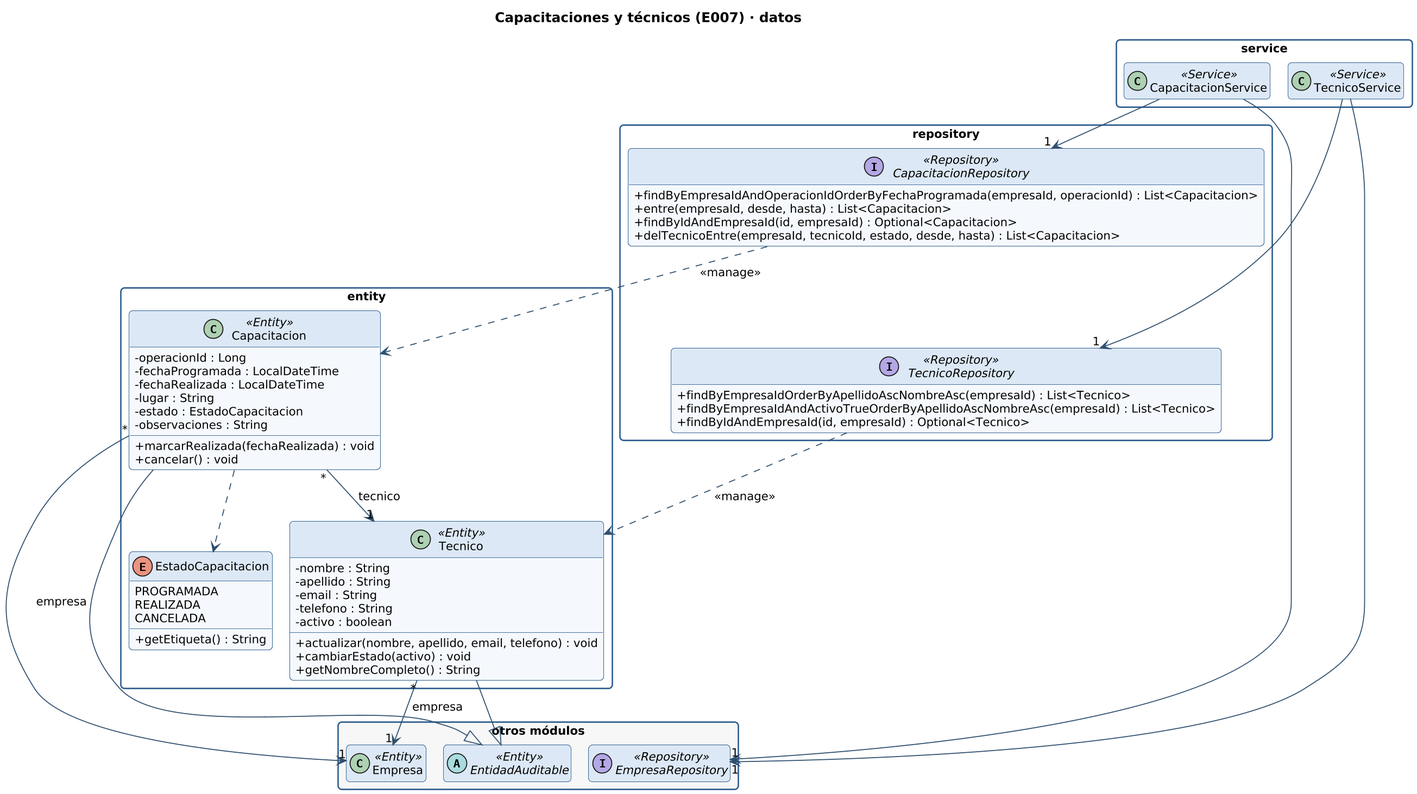
Earlier version of the PlantUML export docs/diagramas/clases-capacitaciones-datos.png (gonzaloarenasduoc/Mira). The source it was exported from:
```plantuml
@startuml clases-capacitaciones-datos
!include _estilo.iuml
hide empty members
skinparam classAttributeIconSize 0
skinparam packageStyle rectangle
skinparam nodesep 25
skinparam ranksep 45
title Capacitaciones y técnicos (E007) · datos

package "service" {
  class CapacitacionService <<Service>> {
  }
  class TecnicoService <<Service>> {
  }
}
package "repository" {
  interface CapacitacionRepository <<Repository>> {
    + findByEmpresaIdAndOperacionIdOrderByFechaProgramada(empresaId, operacionId) : List<Capacitacion>
    + entre(empresaId, desde, hasta) : List<Capacitacion>
    + findByIdAndEmpresaId(id, empresaId) : Optional<Capacitacion>
    + delTecnicoEntre(empresaId, tecnicoId, estado, desde, hasta) : List<Capacitacion>
  }
  interface TecnicoRepository <<Repository>> {
    + findByEmpresaIdOrderByApellidoAscNombreAsc(empresaId) : List<Tecnico>
    + findByEmpresaIdAndActivoTrueOrderByApellidoAscNombreAsc(empresaId) : List<Tecnico>
    + findByIdAndEmpresaId(id, empresaId) : Optional<Tecnico>
  }
}
CapacitacionRepository -[hidden]down- TecnicoRepository
package "entity" {
  class Capacitacion <<Entity>> {
    - operacionId : Long
    - fechaProgramada : LocalDateTime
    - fechaRealizada : LocalDateTime
    - lugar : String
    - estado : EstadoCapacitacion
    - observaciones : String
    + marcarRealizada(fechaRealizada) : void
    + cancelar() : void
  }
  class Tecnico <<Entity>> {
    - nombre : String
    - apellido : String
    - email : String
    - telefono : String
    - activo : boolean
    + actualizar(nombre, apellido, email, telefono) : void
    + cambiarEstado(activo) : void
    + getNombreCompleto() : String
  }
  enum EstadoCapacitacion {
    PROGRAMADA
    REALIZADA
    CANCELADA
    + getEtiqueta() : String
  }
}
package "otros módulos" #F7F7F7 {
  class Empresa <<Entity>>
  interface EmpresaRepository <<Repository>>
  abstract class EntidadAuditable <<Entity>>
}
TecnicoRepository ..> Tecnico : <<manage>>
CapacitacionRepository ..> Capacitacion : <<manage>>
TecnicoService --> "1" TecnicoRepository
TecnicoService --> "1" EmpresaRepository
CapacitacionService --> "1" CapacitacionRepository
CapacitacionService --> "1" EmpresaRepository
Tecnico --|> EntidadAuditable
Tecnico "*" --> "1" Empresa : empresa
Capacitacion --|> EntidadAuditable
Capacitacion "*" --> "1" Empresa : empresa
Capacitacion "*" --> "1" Tecnico : tecnico
Capacitacion ..> EstadoCapacitacion
@enduml
```
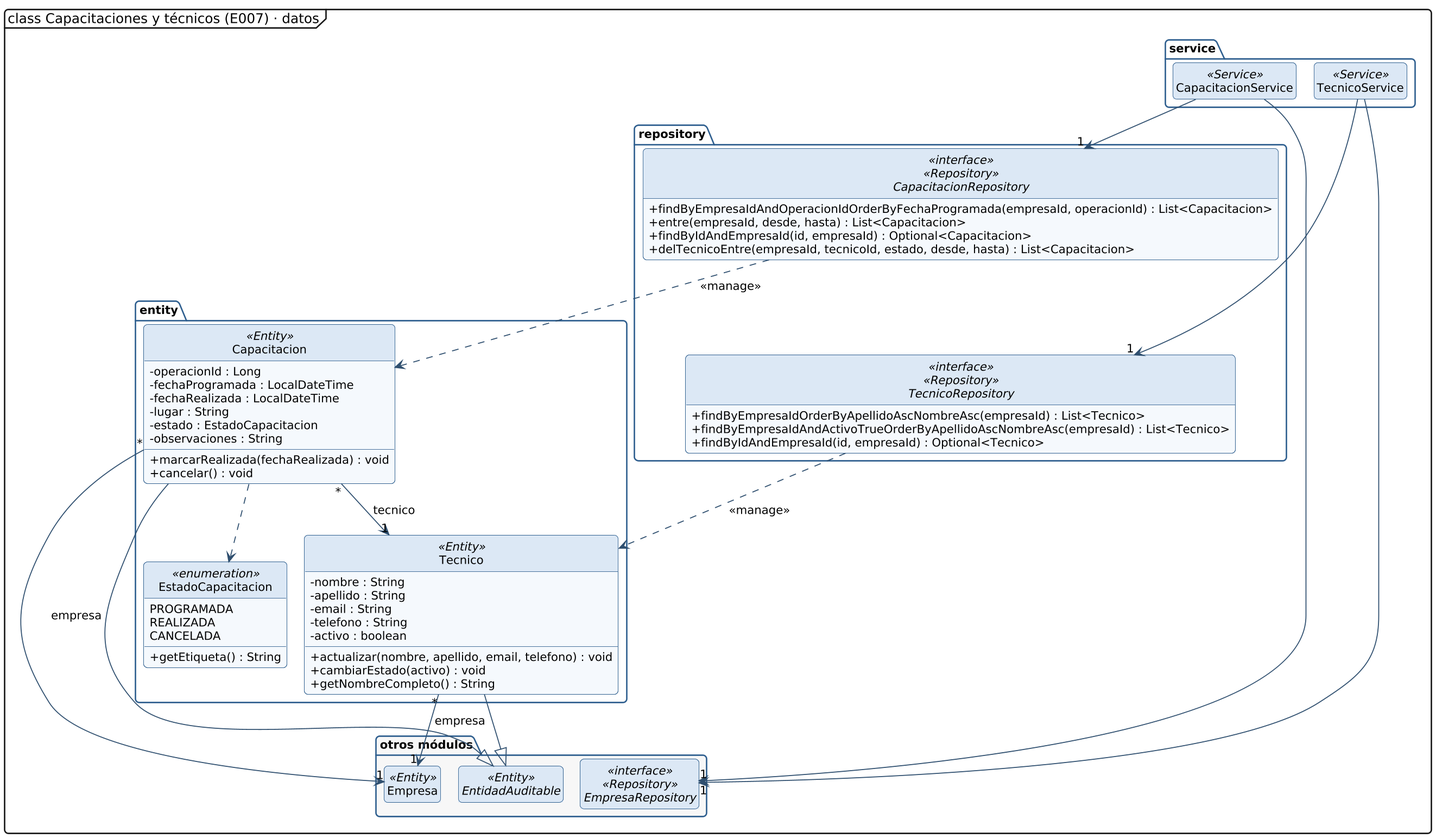
The same file after the commit.

Diff of the diagram source:
```diff
@@ -1,11 +1,12 @@
 @startuml clases-capacitaciones-datos
 !include _estilo.iuml
 hide empty members
+hide circle
 skinparam classAttributeIconSize 0
-skinparam packageStyle rectangle
+skinparam packageStyle folder
 skinparam nodesep 25
 skinparam ranksep 45
-title Capacitaciones y técnicos (E007) · datos
+mainframe class Capacitaciones y técnicos (E007) · datos
 
 package "service" {
   class CapacitacionService <<Service>> {
@@ -14,13 +15,13 @@
   }
 }
 package "repository" {
-  interface CapacitacionRepository <<Repository>> {
+  interface CapacitacionRepository <<interface>> <<Repository>> {
     + findByEmpresaIdAndOperacionIdOrderByFechaProgramada(empresaId, operacionId) : List<Capacitacion>
     + entre(empresaId, desde, hasta) : List<Capacitacion>
     + findByIdAndEmpresaId(id, empresaId) : Optional<Capacitacion>
     + delTecnicoEntre(empresaId, tecnicoId, estado, desde, hasta) : List<Capacitacion>
   }
-  interface TecnicoRepository <<Repository>> {
+  interface TecnicoRepository <<interface>> <<Repository>> {
     + findByEmpresaIdOrderByApellidoAscNombreAsc(empresaId) : List<Tecnico>
     + findByEmpresaIdAndActivoTrueOrderByApellidoAscNombreAsc(empresaId) : List<Tecnico>
     + findByIdAndEmpresaId(id, empresaId) : Optional<Tecnico>
@@ -48,7 +49,7 @@
     + cambiarEstado(activo) : void
     + getNombreCompleto() : String
   }
-  enum EstadoCapacitacion {
+  enum EstadoCapacitacion <<enumeration>> {
     PROGRAMADA
     REALIZADA
     CANCELADA
@@ -57,7 +58,7 @@
 }
 package "otros módulos" #F7F7F7 {
   class Empresa <<Entity>>
-  interface EmpresaRepository <<Repository>>
+  interface EmpresaRepository <<interface>> <<Repository>>
   abstract class EntidadAuditable <<Entity>>
 }
 TecnicoRepository ..> Tecnico : <<manage>>
```
